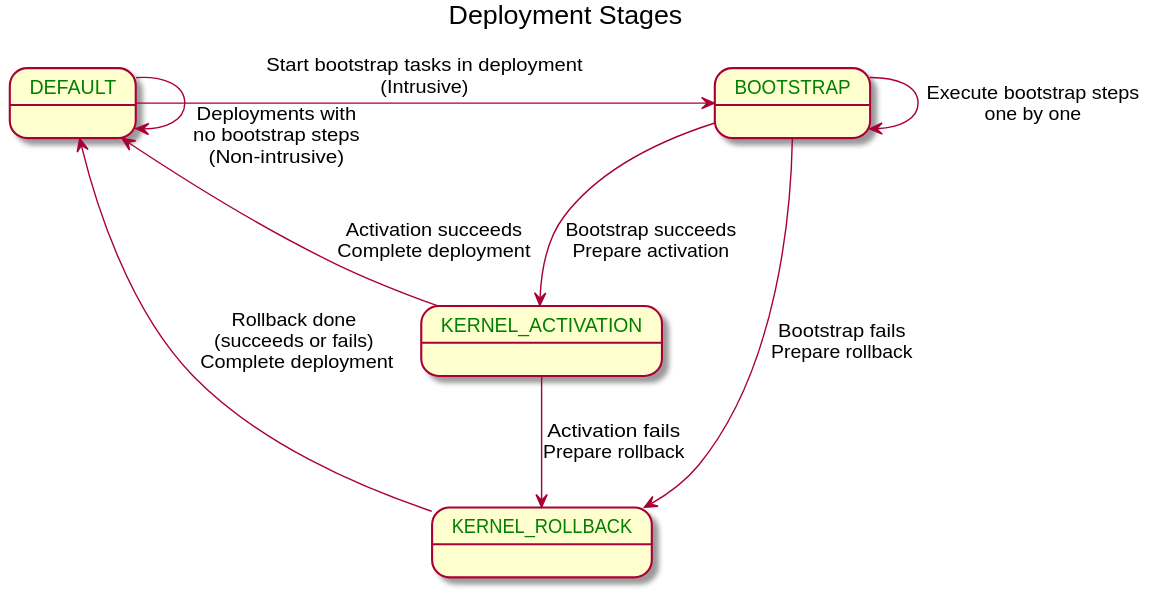
Before: src/main/java/com/aws/greengrass/deployment/DeploymentStages.svg, a diagram exported from PlantUML (aws-greengrass/aws-greengrass-nucleus). The source it was exported from:
```plantuml
@startuml
title Deployment Stages

state "<color:green> DEFAULT </color>" as DEFAULT
state "<color:green> BOOTSTRAP </color>" as BOOTSTRAP
state "<color:green> KERNEL_ACTIVATION </color>" as ACTIVATION
state "<color:green> KERNEL_ROLLBACK </color>" as ROLLBACK

DEFAULT -> DEFAULT: \n\n\nDeployments with\nno bootstrap steps\n(Non-intrusive)
DEFAULT -> BOOTSTRAP: Start bootstrap tasks in deployment\n(Intrusive)
BOOTSTRAP -> BOOTSTRAP: Execute bootstrap steps\none by one
BOOTSTRAP --> ACTIVATION: Bootstrap succeeds\nPrepare activation
ACTIVATION -> DEFAULT: Activation succeeds\nComplete deployment
ACTIVATION --> ROLLBACK: Activation fails\nPrepare rollback
BOOTSTRAP --> ROLLBACK: Bootstrap fails\nPrepare rollback
ROLLBACK --> DEFAULT: Rollback done\n(succeeds or fails)\n Complete deployment
@enduml
```
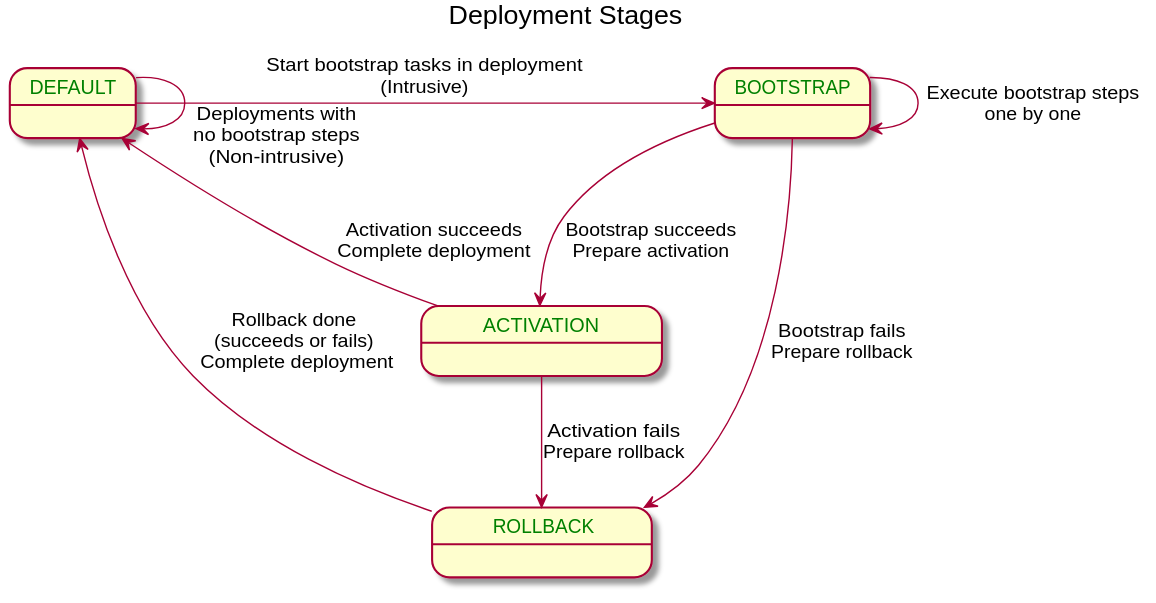
Later version of the same file.

Commit message:
Add accessControl and update deployment readme

The edit, as a diff of the source:
```diff
@@ -3,8 +3,8 @@
 
 state "<color:green> DEFAULT </color>" as DEFAULT
 state "<color:green> BOOTSTRAP </color>" as BOOTSTRAP
-state "<color:green> KERNEL_ACTIVATION </color>" as ACTIVATION
-state "<color:green> KERNEL_ROLLBACK </color>" as ROLLBACK
+state "<color:green> ACTIVATION </color>" as ACTIVATION
+state "<color:green> ROLLBACK </color>" as ROLLBACK
 
 DEFAULT -> DEFAULT: \n\n\nDeployments with\nno bootstrap steps\n(Non-intrusive)
 DEFAULT -> BOOTSTRAP: Start bootstrap tasks in deployment\n(Intrusive)
```
